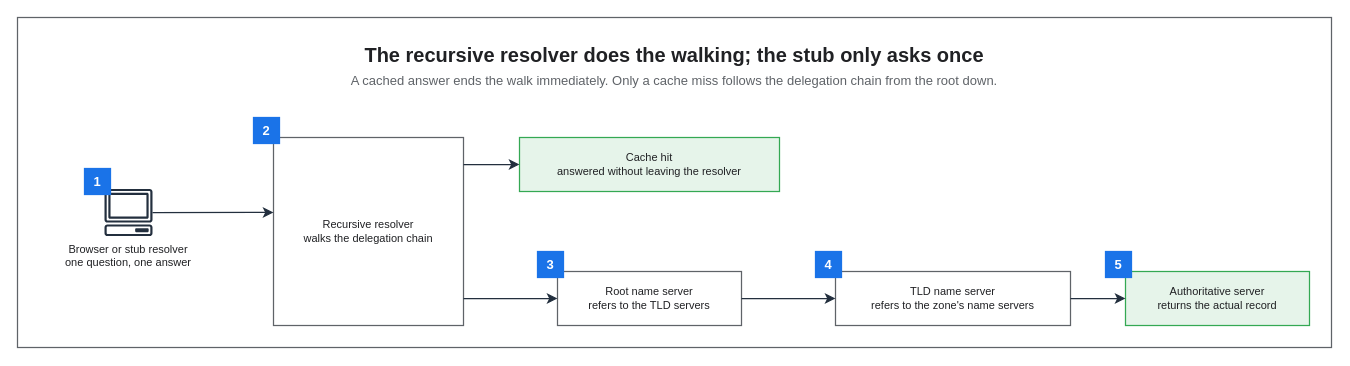
This is assets/img/network/dns-recursive-resolution.drawio from KKamJi98/kkamji98.github.io, a draw.io file, before an edit. Source tidied: cells renumbered, new cells numbered last; positions are measured from the earlier drawing's top-left corner, leaving out a move shared by most shapes. Both pictures are drawn from the tidied source at 100%, with x=0, y=0 at pixel (17, 17).
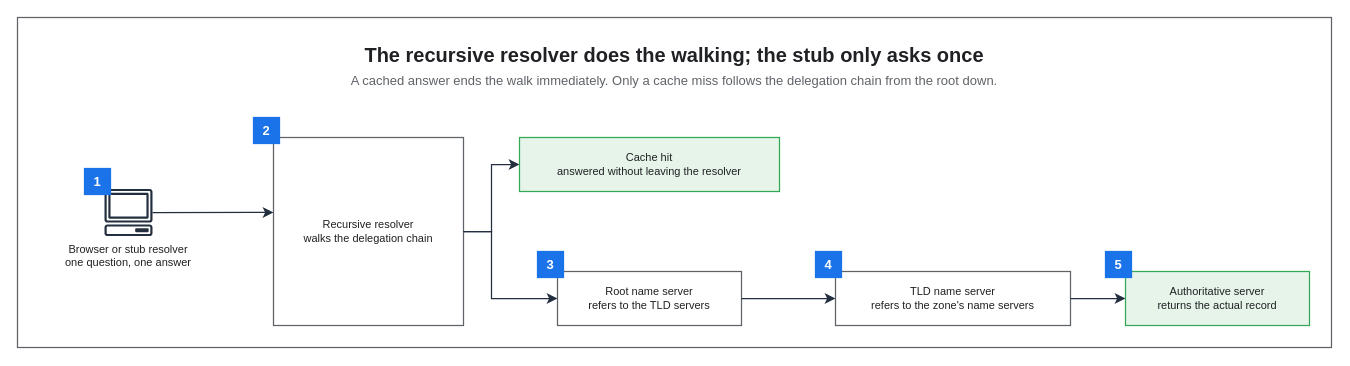
Above is the later version.

The change refers to these unchanged cells:
```xml
<mxCell id="6" value="Recursive resolver&#10;walks the delegation chain" style="rounded=0;whiteSpace=wrap;html=0;fillColor=#FFFFFF;strokeColor=#5F6368;fontColor=#202124;fontSize=11;fontStyle=0;align=center;verticalAlign=middle;spacingLeft=6;spacingRight=6;strokeWidth=1.25;" parent="1" vertex="1">
  <mxGeometry x="256" y="120" width="190" height="188" as="geometry" />
</mxCell>
<mxCell id="7" value="Root name server&#10;refers to the TLD servers" style="rounded=0;whiteSpace=wrap;html=0;fillColor=#FFFFFF;strokeColor=#5F6368;fontColor=#202124;fontSize=11;fontStyle=0;align=center;verticalAlign=middle;spacingLeft=6;spacingRight=6;strokeWidth=1.25;" parent="1" vertex="1">
  <mxGeometry x="540" y="254" width="184" height="54" as="geometry" />
</mxCell>
<mxCell id="10" value="Cache hit&#10;answered without leaving the resolver" style="rounded=0;whiteSpace=wrap;html=0;fillColor=#E6F4EA;strokeColor=#34A853;fontColor=#202124;fontSize=11;fontStyle=0;align=center;verticalAlign=middle;spacingLeft=6;spacingRight=6;strokeWidth=1.25;" parent="1" vertex="1">
  <mxGeometry x="502" y="120" width="260" height="54" as="geometry" />
</mxCell>
```

The edit, as a diff of the source:
```diff
@@
-    <mxCell id="17" style="edgeStyle=orthogonalEdgeStyle;rounded=0;html=0;strokeColor=#232F3E;strokeWidth=1.25;endArrow=classic;endFill=1;endSize=7;fontSize=11;fontColor=#202124;labelBackgroundColor=none;jettySize=14;exitX=1;exitY=0.1436;entryX=0;entryY=0.5;exitDx=0;exitDy=0;entryDx=0;entryDy=0;" parent="1" edge="1" source="6" target="10">
-      <mxGeometry relative="1" as="geometry" />
+    <mxCell id="17" style="edgeStyle=orthogonalEdgeStyle;rounded=0;html=0;strokeColor=#232F3E;strokeWidth=1.25;endArrow=classic;endFill=1;endSize=7;fontSize=11;fontColor=#202124;labelBackgroundColor=none;jettySize=14;exitX=1;exitY=0.5;entryX=0;entryY=0.5;exitDx=0;exitDy=0;entryDx=0;entryDy=0;" parent="1" edge="1" source="6" target="10">
+      <mxGeometry relative="1" as="geometry">
+        <Array as="points">
+          <mxPoint x="474" y="214" />
+          <mxPoint x="474" y="147" />
+        </Array>
+      </mxGeometry>
     </mxCell>
-    <mxCell id="18" style="edgeStyle=orthogonalEdgeStyle;rounded=0;html=0;strokeColor=#232F3E;strokeWidth=1.25;endArrow=classic;endFill=1;endSize=7;fontSize=11;fontColor=#202124;labelBackgroundColor=none;jettySize=14;exitX=1;exitY=0.8564;entryX=0;entryY=0.5;exitDx=0;exitDy=0;entryDx=0;entryDy=0;" parent="1" edge="1" source="6" target="7">
-      <mxGeometry relative="1" as="geometry" />
+    <mxCell id="18" style="edgeStyle=orthogonalEdgeStyle;rounded=0;html=0;strokeColor=#232F3E;strokeWidth=1.25;endArrow=classic;endFill=1;endSize=7;fontSize=11;fontColor=#202124;labelBackgroundColor=none;jettySize=14;exitX=1;exitY=0.5;entryX=0;entryY=0.5;exitDx=0;exitDy=0;entryDx=0;entryDy=0;" parent="1" edge="1" source="6" target="7">
+      <mxGeometry relative="1" as="geometry">
+        <Array as="points">
+          <mxPoint x="474" y="214" />
+          <mxPoint x="474" y="281" />
+        </Array>
+      </mxGeometry>
     </mxCell>
```
